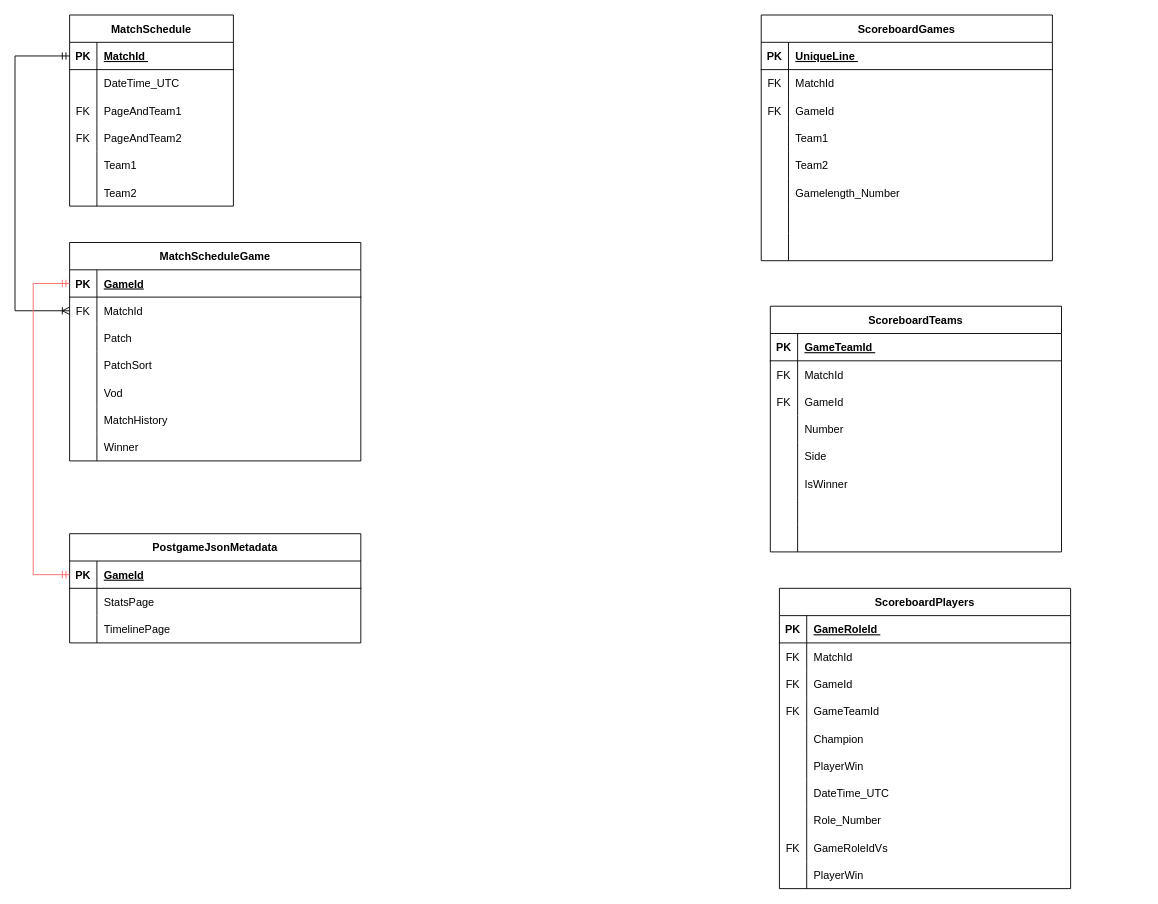
EderReisS/API_LoL keeps this draw.io diagram as Untitled Diagram.drawio. Above is the earlier version. Source tidied: cells renumbered, new cells numbered last; positions are measured from the earlier drawing's top-left corner, leaving out a move shared by most shapes. Both pictures are drawn from the tidied source at 91%, with x=0, y=0 at pixel (15, 15).
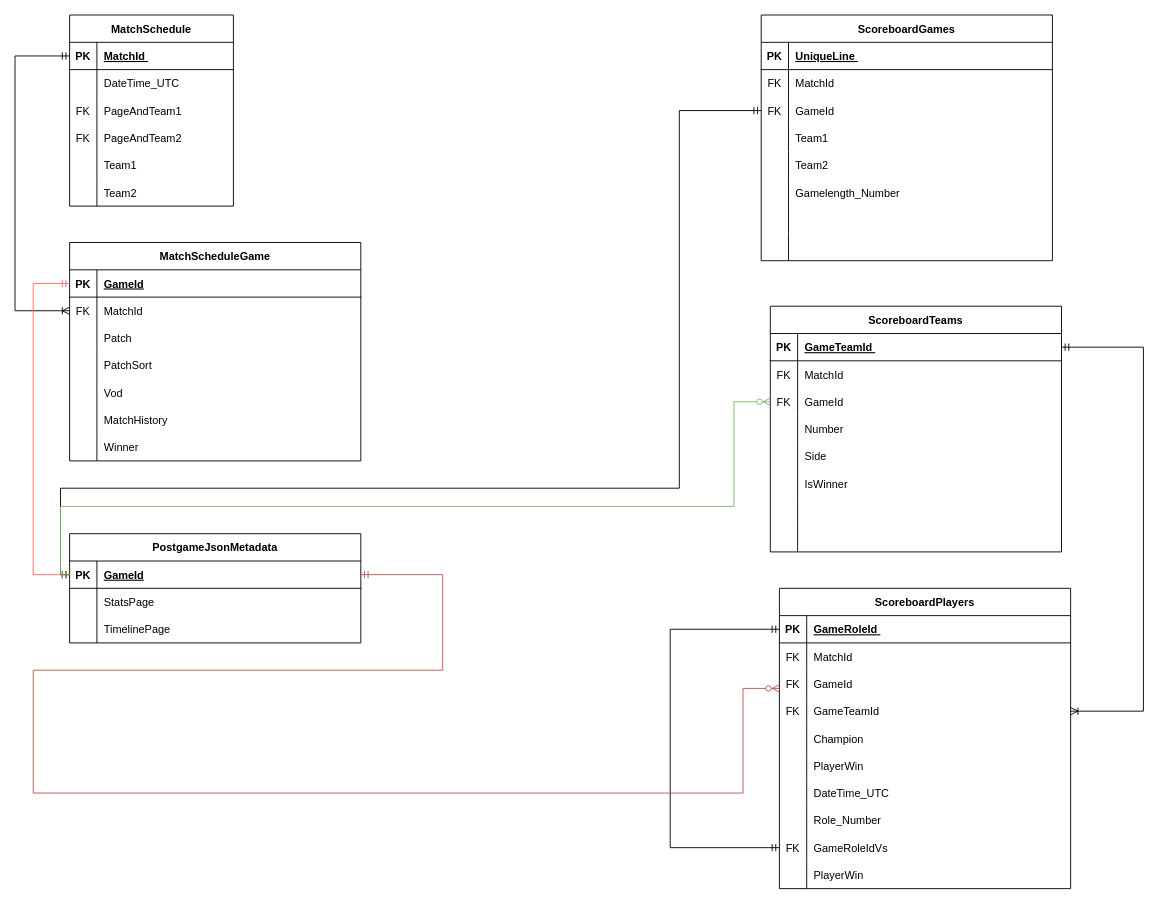
The same page after the edit.

Commit message:
diagramas de score ok

The change refers to these unchanged cells:
```xml
<mxCell id="44" style="shape=tableRow;horizontal=0;startSize=0;swimlaneHead=0;swimlaneBody=0;fillColor=none;points=[[0,0.5],[1,0.5]];portConstraint=eastwest;top=0;left=0;right=0;bottom=1;" parent="43" vertex="1">
  <mxGeometry y="30" width="320" height="30" as="geometry" />
</mxCell>
<mxCell id="62" style="shape=tableRow;horizontal=0;startSize=0;swimlaneHead=0;swimlaneBody=0;fillColor=none;points=[[0,0.5],[1,0.5]];portConstraint=eastwest;top=0;left=0;right=0;bottom=0;" parent="55" vertex="1">
  <mxGeometry y="90" width="320" height="30" as="geometry" />
</mxCell>
<mxCell id="81" style="shape=tableRow;horizontal=0;startSize=0;swimlaneHead=0;swimlaneBody=0;fillColor=none;points=[[0,0.5],[1,0.5]];portConstraint=eastwest;top=0;left=0;right=0;bottom=1;" parent="80" vertex="1">
  <mxGeometry y="30" width="320" height="30" as="geometry" />
</mxCell>
<mxCell id="87" style="shape=tableRow;horizontal=0;startSize=0;swimlaneHead=0;swimlaneBody=0;fillColor=none;points=[[0,0.5],[1,0.5]];portConstraint=eastwest;top=0;left=0;right=0;bottom=0;" parent="80" vertex="1">
  <mxGeometry y="90" width="320" height="30" as="geometry" />
</mxCell>
<mxCell id="105" value="ScoreboardPlayers" style="shape=table;startSize=30;childLayout=tableLayout;rowLines=0;fontStyle=1;align=center;" parent="1" vertex="1">
  <mxGeometry x="840" y="630" width="320" height="330" as="geometry" />
</mxCell>
<mxCell id="106" style="shape=tableRow;horizontal=0;startSize=0;swimlaneHead=0;swimlaneBody=0;fillColor=none;points=[[0,0.5],[1,0.5]];portConstraint=eastwest;top=0;left=0;right=0;bottom=1;" parent="105" vertex="1">
  <mxGeometry y="30" width="320" height="30" as="geometry" />
</mxCell>
<mxCell id="115" style="shape=tableRow;horizontal=0;startSize=0;swimlaneHead=0;swimlaneBody=0;fillColor=none;points=[[0,0.5],[1,0.5]];portConstraint=eastwest;top=0;left=0;right=0;bottom=0;" parent="105" vertex="1">
  <mxGeometry y="120" width="320" height="30" as="geometry" />
</mxCell>
<mxCell id="130" style="shape=tableRow;horizontal=0;startSize=0;swimlaneHead=0;swimlaneBody=0;fillColor=none;points=[[0,0.5],[1,0.5]];portConstraint=eastwest;top=0;left=0;right=0;bottom=0;" parent="105" vertex="1">
  <mxGeometry y="270" width="320" height="30" as="geometry" />
</mxCell>
```

The edit, as a diff of the source:
```diff
@@
+    <mxCell id="136" style="edgeStyle=orthogonalEdgeStyle;fontSize=12;html=1;endArrow=ERmandOne;startArrow=ERmandOne;rounded=0;entryX=0;entryY=0.5;entryDx=0;entryDy=0;exitX=0;exitY=0.5;exitDx=0;exitDy=0;" parent="105" edge="1" source="130" target="106">
+      <mxGeometry relative="1" as="geometry">
+        <Array as="points">
+          <mxPoint x="-120" y="285" />
+          <mxPoint x="-120" y="45" />
+        </Array>
+      </mxGeometry>
+    </mxCell>
+    <mxCell id="137" style="edgeStyle=orthogonalEdgeStyle;fontSize=12;html=1;endArrow=ERmandOne;startArrow=ERmandOne;rounded=0;exitX=0;exitY=0.5;exitDx=0;exitDy=0;entryX=0;entryY=0.5;entryDx=0;entryDy=0;" parent="1" edge="1" source="44" target="62">
+      <mxGeometry relative="1" as="geometry">
+        <Array as="points">
+          <mxPoint x="50" y="615" />
+          <mxPoint x="50" y="520" />
+          <mxPoint x="730" y="520" />
+          <mxPoint x="730" y="105" />
+        </Array>
+      </mxGeometry>
+    </mxCell>
+    <mxCell id="138" style="edgeStyle=orthogonalEdgeStyle;fontSize=12;html=1;endArrow=ERzeroToMany;startArrow=ERmandOne;rounded=0;entryX=0;entryY=0.5;entryDx=0;entryDy=0;exitX=0;exitY=0.5;exitDx=0;exitDy=0;fillColor=#d5e8d4;strokeColor=#82b366;" parent="1" edge="1" source="44" target="87">
+      <mxGeometry relative="1" as="geometry">
+        <Array as="points">
+          <mxPoint x="50" y="615" />
+          <mxPoint x="50" y="540" />
+          <mxPoint x="790" y="540" />
+          <mxPoint x="790" y="425" />
+        </Array>
+      </mxGeometry>
+    </mxCell>
+    <mxCell id="139" style="edgeStyle=orthogonalEdgeStyle;fontSize=12;html=1;endArrow=ERzeroToMany;startArrow=ERmandOne;rounded=0;entryX=0;entryY=0.5;entryDx=0;entryDy=0;exitX=1;exitY=0.5;exitDx=0;exitDy=0;fillColor=#f8cecc;strokeColor=#b85450;" parent="1" edge="1" source="44">
+      <mxGeometry relative="1" as="geometry">
+        <mxPoint x="840" y="740" as="targetPoint" />
+        <Array as="points">
+          <mxPoint x="470" y="615" />
+          <mxPoint x="470" y="720" />
+          <mxPoint x="20" y="720" />
+          <mxPoint x="20" y="855" />
+          <mxPoint x="800" y="855" />
+          <mxPoint x="800" y="740" />
+        </Array>
+      </mxGeometry>
+    </mxCell>
+    <mxCell id="140" style="edgeStyle=orthogonalEdgeStyle;fontSize=12;html=1;endArrow=ERoneToMany;startArrow=ERmandOne;rounded=0;entryX=1;entryY=0.5;entryDx=0;entryDy=0;" parent="1" edge="1" source="81" target="115">
+      <mxGeometry relative="1" as="geometry">
+        <Array as="points">
+          <mxPoint x="1240" y="365" />
+          <mxPoint x="1240" y="765" />
+        </Array>
+      </mxGeometry>
+    </mxCell>
```
